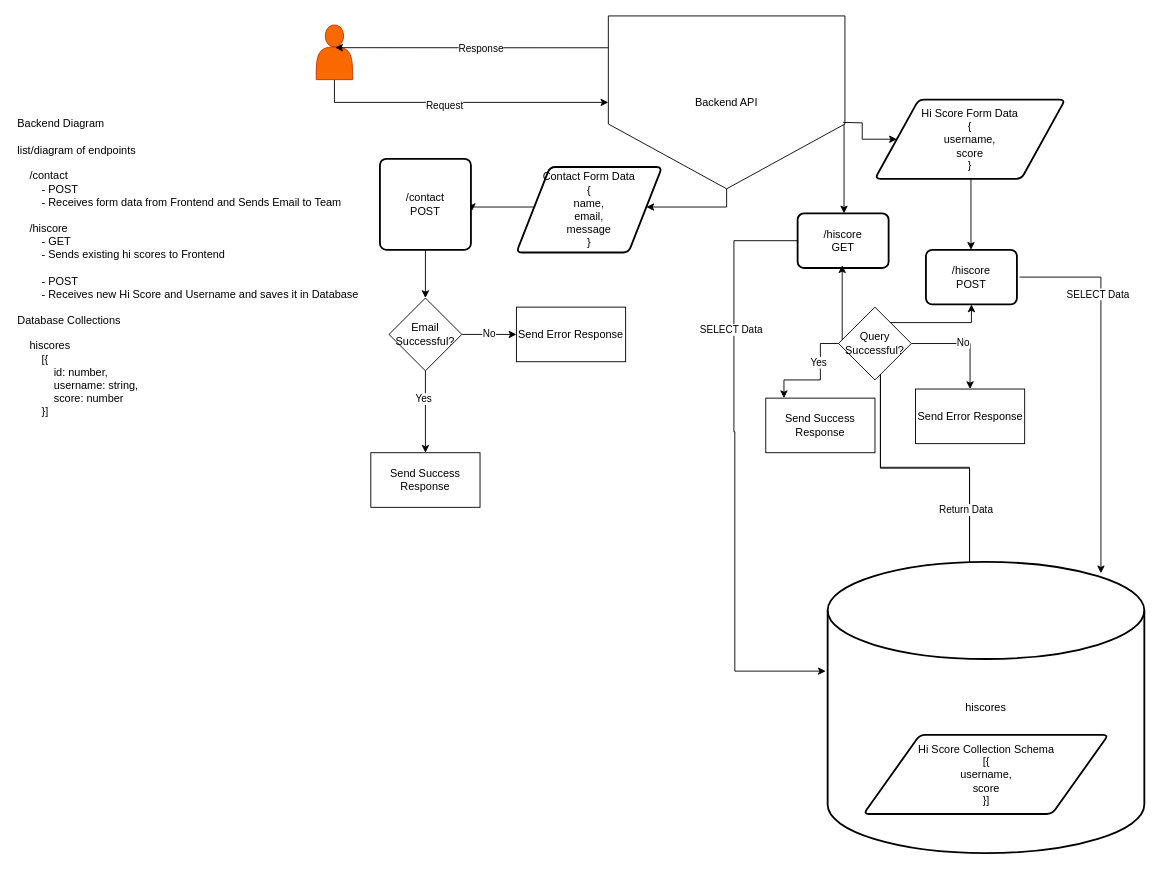
Earlier version of the draw.io diagram Project Backend Diagram Example.drawio.xml (CodeCrew-CodeSchool/Project_Docs). Source tidied: cells renumbered, new cells numbered last; positions are measured from the earlier drawing's top-left corner, leaving out a move shared by most shapes. Both pictures are drawn from the tidied source at 91%, with x=0, y=0 at pixel (15, 15).
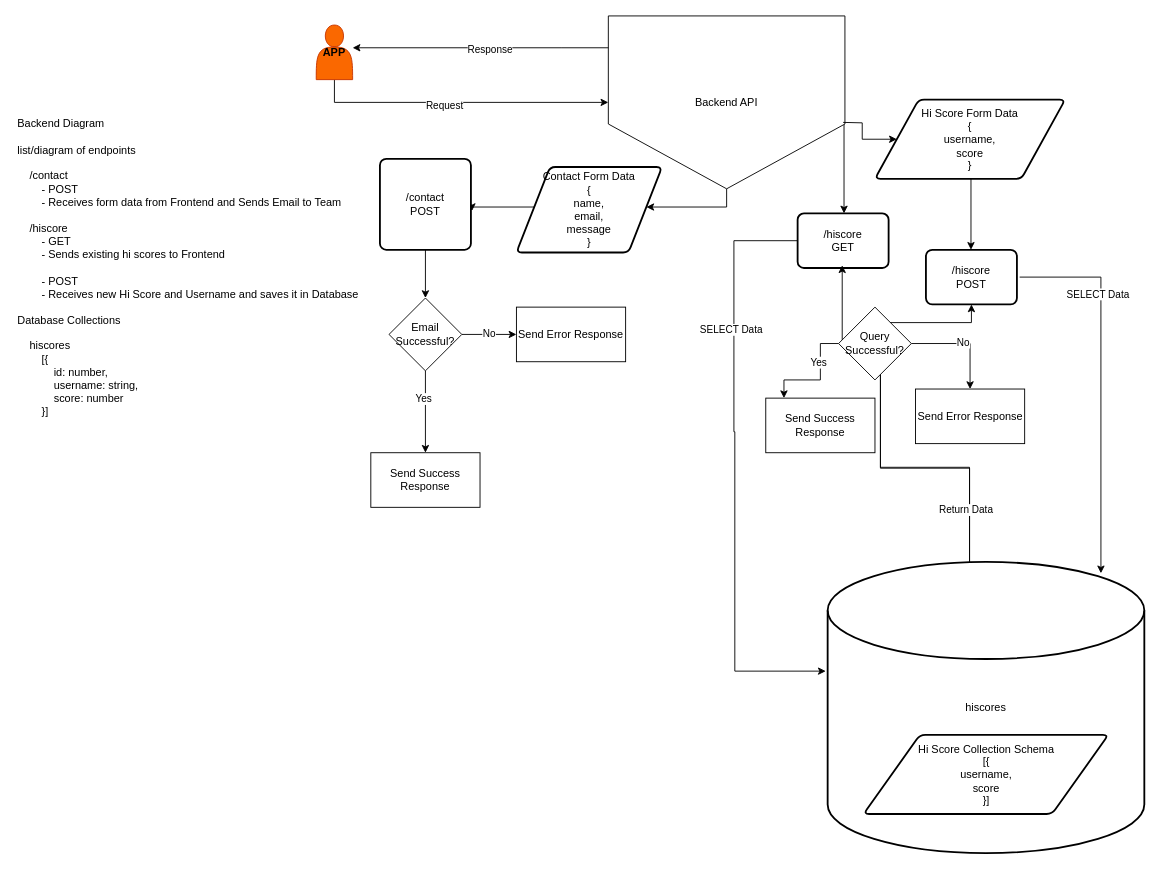
The same page after the edit.

Unchanged cells that the change refers to:
```xml
<mxCell id="10" value="Backend API" style="shape=offPageConnector;whiteSpace=wrap;html=1;" parent="1" vertex="1">
  <mxGeometry x="651" width="260" height="190" as="geometry" />
</mxCell>
```

The edit, as a diff of the source:
```diff
@@
-    <mxCell id="4" style="shape=actor;whiteSpace=wrap;html=1;fillColor=#fa6800;fontColor=#000000;strokeColor=#C73500;" parent="1" vertex="1">
+    <mxCell id="4" value="&lt;b&gt;&lt;font style=&quot;color: light-dark(rgb(0, 0, 0), rgb(0, 0, 102));&quot;&gt;APP&lt;/font&gt;&lt;/b&gt;" style="shape=actor;whiteSpace=wrap;html=1;fillColor=#fa6800;fontColor=#000000;strokeColor=#C73500;" parent="1" vertex="1">
       <mxGeometry x="330" y="10" width="40" height="60" as="geometry" />
     </mxCell>
@@
-    <mxCell id="27" style="edgeStyle=orthogonalEdgeStyle;rounded=0;jettySize=auto;html=1;entryX=0.52;entryY=0.415;entryDx=0;entryDy=0;entryPerimeter=0;" parent="1" edge="1" source="10" target="4">
+    <mxCell id="27" style="edgeStyle=orthogonalEdgeStyle;rounded=0;jettySize=auto;html=1;" parent="1" edge="1" source="10">
       <mxGeometry relative="1" as="geometry">
+        <mxPoint x="370" y="35" as="targetPoint" />
         <Array as="points">
           <mxPoint x="600" y="35" />
           <mxPoint x="600" y="35" />
         </Array>
       </mxGeometry>
     </mxCell>
```
